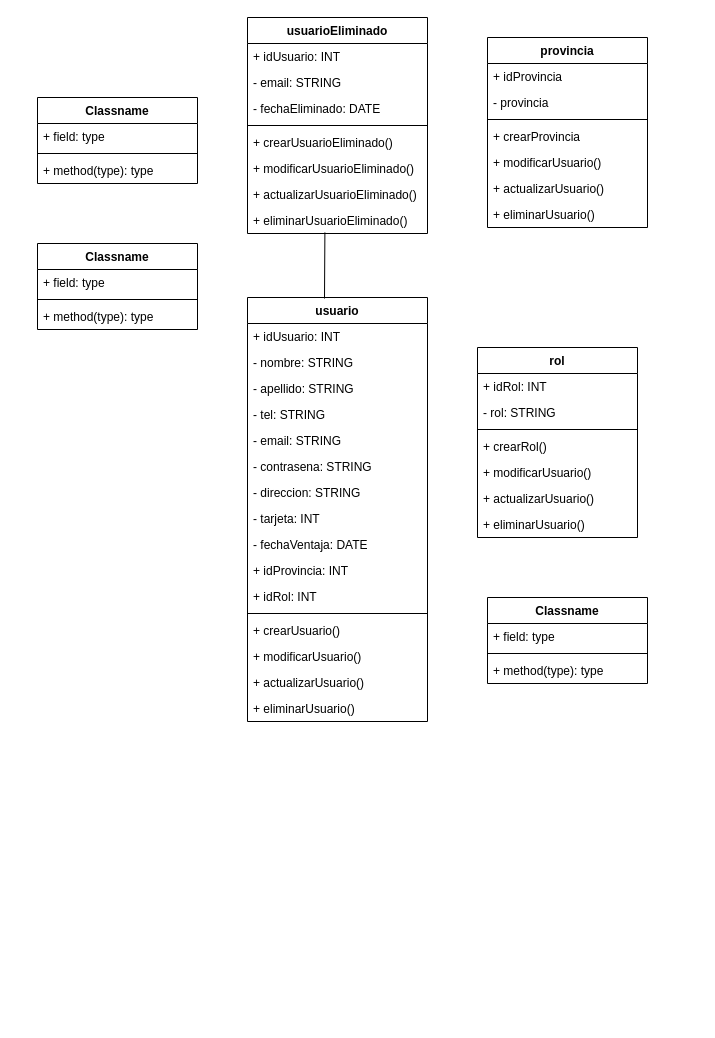
TanaStorm/Dule_Oracle keeps this draw.io diagram as drawIo/Dule_Oracle_Class_Diagram.drawio. Above is the earlier version. Source tidied: cells renumbered, new cells numbered last; positions are measured from the earlier drawing's top-left corner, leaving out a move shared by most shapes. Both pictures are drawn from the tidied source at 100%, with x=0, y=0 at pixel (37, 17).
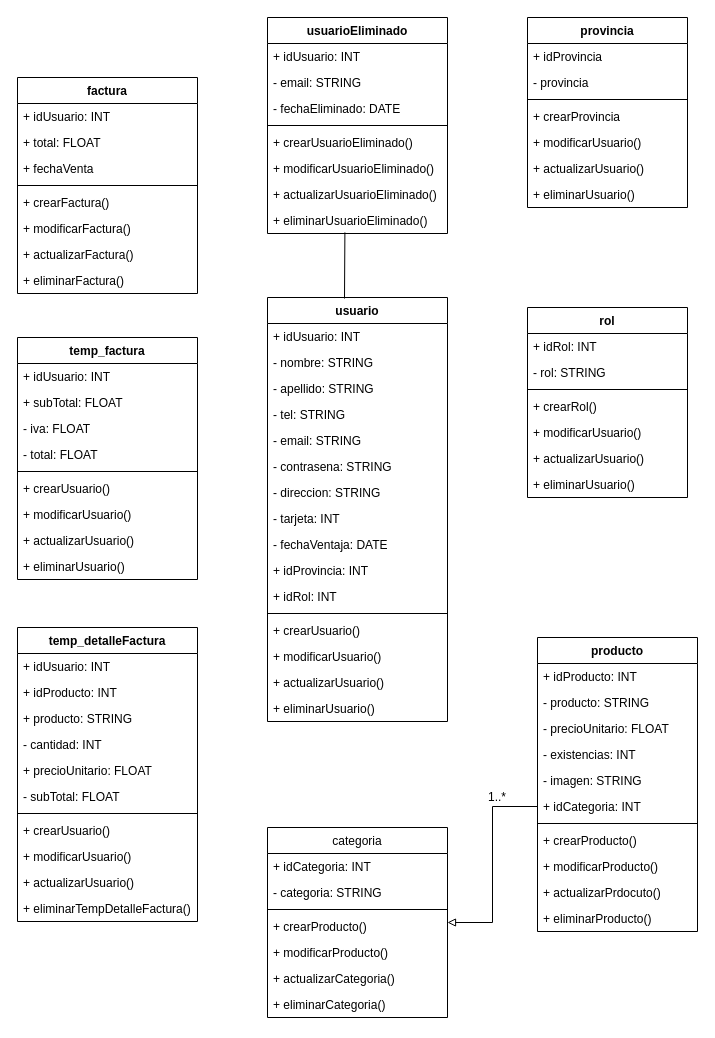
After the change.

The change refers to these unchanged cells:
```xml
<mxCell id="10" value="+ eliminarUsuarioEliminado()" style="text;strokeColor=none;fillColor=none;align=left;verticalAlign=top;spacingLeft=4;spacingRight=4;overflow=hidden;points=[[0,0.5],[1,0.5]];portConstraint=eastwest;" parent="2" vertex="1">
  <mxGeometry y="190" width="180" height="26" as="geometry" />
</mxCell>
```

The edit, as a diff of the source:
```diff
@@
     <mxCell id="2" value="usuarioEliminado" style="swimlane;fontStyle=1;align=center;verticalAlign=top;horizontal=1;startSize=26;" parent="1" vertex="1">
-      <mxGeometry x="210" width="180" height="216" as="geometry" />
+      <mxGeometry x="230" width="180" height="216" as="geometry" />
     </mxCell>
@@
     <mxCell id="11" value="usuario" style="swimlane;fontStyle=1;align=center;verticalAlign=top;horizontal=1;startSize=26;" parent="1" vertex="1">
-      <mxGeometry x="210" y="280" width="180" height="424" as="geometry" />
+      <mxGeometry x="230" y="280" width="180" height="424" as="geometry" />
     </mxCell>
@@
-    <mxCell id="28" value="Classname" style="swimlane;fontStyle=1;align=center;verticalAlign=top;horizontal=1;startSize=26;" parent="1" vertex="1">
-      <mxGeometry x="450" y="580" width="160" height="86" as="geometry" />
+    <mxCell id="28" value="producto" style="swimlane;fontStyle=1;align=center;verticalAlign=top;horizontal=1;startSize=26;" parent="1" vertex="1">
+      <mxGeometry x="500" y="620" width="160" height="294" as="geometry" />
     </mxCell>
-    <mxCell id="29" value="+ field: type" style="text;strokeColor=none;fillColor=none;align=left;verticalAlign=top;spacingLeft=4;spacingRight=4;overflow=hidden;" parent="28" vertex="1">
+    <mxCell id="29" value="+ idProducto: INT" style="text;strokeColor=none;fillColor=none;align=left;verticalAlign=top;spacingLeft=4;spacingRight=4;overflow=hidden;" parent="28" vertex="1">
       <mxGeometry y="26" width="160" height="26" as="geometry" />
     </mxCell>
+    <mxCell id="57" value="- producto: STRING" style="text;strokeColor=none;fillColor=none;align=left;verticalAlign=top;spacingLeft=4;spacingRight=4;overflow=hidden;" parent="28" vertex="1">
+      <mxGeometry y="52" width="160" height="26" as="geometry" />
+    </mxCell>
+    <mxCell id="58" value="- precioUnitario: FLOAT" style="text;strokeColor=none;fillColor=none;align=left;verticalAlign=top;spacingLeft=4;spacingRight=4;overflow=hidden;" parent="28" vertex="1">
+      <mxGeometry y="78" width="160" height="26" as="geometry" />
+    </mxCell>
+    <mxCell id="59" value="- existencias: INT" style="text;strokeColor=none;fillColor=none;align=left;verticalAlign=top;spacingLeft=4;spacingRight=4;overflow=hidden;" parent="28" vertex="1">
+      <mxGeometry y="104" width="160" height="26" as="geometry" />
+    </mxCell>
+    <mxCell id="60" value="- imagen: STRING " style="text;strokeColor=none;fillColor=none;align=left;verticalAlign=top;spacingLeft=4;spacingRight=4;overflow=hidden;" parent="28" vertex="1">
+      <mxGeometry y="130" width="160" height="26" as="geometry" />
+    </mxCell>
+    <mxCell id="61" value="+ idCategoria: INT" style="text;strokeColor=none;fillColor=none;align=left;verticalAlign=top;spacingLeft=4;spacingRight=4;overflow=hidden;points=[[0,0.5],[1,0.5]];portConstraint=eastwest;" parent="28" vertex="1">
+      <mxGeometry y="156" width="160" height="26" as="geometry" />
+    </mxCell>
     <mxCell id="30" style="line;strokeWidth=1;fillColor=none;align=left;verticalAlign=middle;spacingTop=-1;spacingLeft=3;spacingRight=3;labelPosition=right;" parent="28" vertex="1">
-      <mxGeometry y="52" width="160" height="8" as="geometry" />
+      <mxGeometry y="182" width="160" height="8" as="geometry" />
     </mxCell>
-    <mxCell id="31" value="+ method(type): type" style="text;strokeColor=none;fillColor=none;align=left;verticalAlign=top;spacingLeft=4;spacingRight=4;overflow=hidden;" parent="28" vertex="1">
-      <mxGeometry y="60" width="160" height="26" as="geometry" />
+    <mxCell id="31" value="+ crearProducto()" style="text;strokeColor=none;fillColor=none;align=left;verticalAlign=top;spacingLeft=4;spacingRight=4;overflow=hidden;" parent="28" vertex="1">
+      <mxGeometry y="190" width="160" height="26" as="geometry" />
     </mxCell>
+    <mxCell id="62" value="+ modificarProducto()" style="text;strokeColor=none;fillColor=none;align=left;verticalAlign=top;spacingLeft=4;spacingRight=4;overflow=hidden;" parent="28" vertex="1">
+      <mxGeometry y="216" width="160" height="26" as="geometry" />
+    </mxCell>
+    <mxCell id="63" value="+ actualizarPrdocuto()" style="text;strokeColor=none;fillColor=none;align=left;verticalAlign=top;spacingLeft=4;spacingRight=4;overflow=hidden;" parent="28" vertex="1">
+      <mxGeometry y="242" width="160" height="26" as="geometry" />
+    </mxCell>
+    <mxCell id="64" value="+ eliminarProducto()" style="text;strokeColor=none;fillColor=none;align=left;verticalAlign=top;spacingLeft=4;spacingRight=4;overflow=hidden;" parent="28" vertex="1">
+      <mxGeometry y="268" width="160" height="26" as="geometry" />
+    </mxCell>
-    <mxCell id="32" value="Classname" style="swimlane;fontStyle=1;align=center;verticalAlign=top;horizontal=1;startSize=26;" parent="1" vertex="1">
-      <mxGeometry y="80" width="160" height="86" as="geometry" />
+    <mxCell id="32" value="factura" style="swimlane;fontStyle=1;align=center;verticalAlign=top;horizontal=1;startSize=26;" parent="1" vertex="1">
+      <mxGeometry x="-20" y="60" width="180" height="216" as="geometry" />
     </mxCell>
-    <mxCell id="33" value="+ field: type" style="text;strokeColor=none;fillColor=none;align=left;verticalAlign=top;spacingLeft=4;spacingRight=4;overflow=hidden;" parent="32" vertex="1">
-      <mxGeometry y="26" width="160" height="26" as="geometry" />
+    <mxCell id="33" value="+ idUsuario: INT" style="text;strokeColor=none;fillColor=none;align=left;verticalAlign=top;spacingLeft=4;spacingRight=4;overflow=hidden;" parent="32" vertex="1">
+      <mxGeometry y="26" width="180" height="26" as="geometry" />
     </mxCell>
+    <mxCell id="65" value="+ total: FLOAT" style="text;strokeColor=none;fillColor=none;align=left;verticalAlign=top;spacingLeft=4;spacingRight=4;overflow=hidden;" parent="32" vertex="1">
+      <mxGeometry y="52" width="180" height="26" as="geometry" />
+    </mxCell>
+    <mxCell id="66" value="+ fechaVenta" style="text;strokeColor=none;fillColor=none;align=left;verticalAlign=top;spacingLeft=4;spacingRight=4;overflow=hidden;" parent="32" vertex="1">
+      <mxGeometry y="78" width="180" height="26" as="geometry" />
+    </mxCell>
     <mxCell id="34" style="line;strokeWidth=1;fillColor=none;align=left;verticalAlign=middle;spacingTop=-1;spacingLeft=3;spacingRight=3;labelPosition=right;" parent="32" vertex="1">
-      <mxGeometry y="52" width="160" height="8" as="geometry" />
+      <mxGeometry y="104" width="180" height="8" as="geometry" />
     </mxCell>
-    <mxCell id="35" value="+ method(type): type" style="text;strokeColor=none;fillColor=none;align=left;verticalAlign=top;spacingLeft=4;spacingRight=4;overflow=hidden;" parent="32" vertex="1">
-      <mxGeometry y="60" width="160" height="26" as="geometry" />
+    <mxCell id="35" value="+ crearFactura()" style="text;strokeColor=none;fillColor=none;align=left;verticalAlign=top;spacingLeft=4;spacingRight=4;overflow=hidden;" parent="32" vertex="1">
+      <mxGeometry y="112" width="180" height="26" as="geometry" />
     </mxCell>
+    <mxCell id="67" value="+ modificarFactura()" style="text;strokeColor=none;fillColor=none;align=left;verticalAlign=top;spacingLeft=4;spacingRight=4;overflow=hidden;" parent="32" vertex="1">
+      <mxGeometry y="138" width="180" height="26" as="geometry" />
+    </mxCell>
+    <mxCell id="68" value="+ actualizarFactura()" style="text;strokeColor=none;fillColor=none;align=left;verticalAlign=top;spacingLeft=4;spacingRight=4;overflow=hidden;" parent="32" vertex="1">
+      <mxGeometry y="164" width="180" height="26" as="geometry" />
+    </mxCell>
+    <mxCell id="69" value="+ eliminarFactura()" style="text;strokeColor=none;fillColor=none;align=left;verticalAlign=top;spacingLeft=4;spacingRight=4;overflow=hidden;" parent="32" vertex="1">
+      <mxGeometry y="190" width="180" height="26" as="geometry" />
+    </mxCell>
-    <mxCell id="36" value="Classname" style="swimlane;fontStyle=1;align=center;verticalAlign=top;horizontal=1;startSize=26;" parent="1" vertex="1">
-      <mxGeometry y="226" width="160" height="86" as="geometry" />
+    <mxCell id="36" value="temp_detalleFactura" style="swimlane;fontStyle=1;align=center;verticalAlign=top;horizontal=1;startSize=26;" parent="1" vertex="1">
+      <mxGeometry x="-20" y="610" width="180" height="294" as="geometry" />
     </mxCell>
-    <mxCell id="37" value="+ field: type" style="text;strokeColor=none;fillColor=none;align=left;verticalAlign=top;spacingLeft=4;spacingRight=4;overflow=hidden;" parent="36" vertex="1">
-      <mxGeometry y="26" width="160" height="26" as="geometry" />
+    <mxCell id="37" value="+ idUsuario: INT" style="text;strokeColor=none;fillColor=none;align=left;verticalAlign=top;spacingLeft=4;spacingRight=4;overflow=hidden;" parent="36" vertex="1">
+      <mxGeometry y="26" width="180" height="26" as="geometry" />
     </mxCell>
+    <mxCell id="70" value="+ idProducto: INT" style="text;strokeColor=none;fillColor=none;align=left;verticalAlign=top;spacingLeft=4;spacingRight=4;overflow=hidden;" parent="36" vertex="1">
+      <mxGeometry y="52" width="180" height="26" as="geometry" />
+    </mxCell>
+    <mxCell id="71" value="+ producto: STRING" style="text;strokeColor=none;fillColor=none;align=left;verticalAlign=top;spacingLeft=4;spacingRight=4;overflow=hidden;" parent="36" vertex="1">
+      <mxGeometry y="78" width="180" height="26" as="geometry" />
+    </mxCell>
+    <mxCell id="72" value="- cantidad: INT" style="text;strokeColor=none;fillColor=none;align=left;verticalAlign=top;spacingLeft=4;spacingRight=4;overflow=hidden;" parent="36" vertex="1">
+      <mxGeometry y="104" width="180" height="26" as="geometry" />
+    </mxCell>
+    <mxCell id="73" value="+ precioUnitario: FLOAT" style="text;strokeColor=none;fillColor=none;align=left;verticalAlign=top;spacingLeft=4;spacingRight=4;overflow=hidden;" parent="36" vertex="1">
+      <mxGeometry y="130" width="180" height="26" as="geometry" />
+    </mxCell>
+    <mxCell id="74" value="- subTotal: FLOAT" style="text;strokeColor=none;fillColor=none;align=left;verticalAlign=top;spacingLeft=4;spacingRight=4;overflow=hidden;" parent="36" vertex="1">
+      <mxGeometry y="156" width="180" height="26" as="geometry" />
+    </mxCell>
     <mxCell id="38" style="line;strokeWidth=1;fillColor=none;align=left;verticalAlign=middle;spacingTop=-1;spacingLeft=3;spacingRight=3;labelPosition=right;" parent="36" vertex="1">
-      <mxGeometry y="52" width="160" height="8" as="geometry" />
+      <mxGeometry y="182" width="180" height="8" as="geometry" />
     </mxCell>
-    <mxCell id="39" value="+ method(type): type" style="text;strokeColor=none;fillColor=none;align=left;verticalAlign=top;spacingLeft=4;spacingRight=4;overflow=hidden;" parent="36" vertex="1">
-      <mxGeometry y="60" width="160" height="26" as="geometry" />
+    <mxCell id="39" value="+ crearUsuario()" style="text;strokeColor=none;fillColor=none;align=left;verticalAlign=top;spacingLeft=4;spacingRight=4;overflow=hidden;" parent="36" vertex="1">
+      <mxGeometry y="190" width="180" height="26" as="geometry" />
     </mxCell>
+    <mxCell id="75" value="+ modificarUsuario()" style="text;strokeColor=none;fillColor=none;align=left;verticalAlign=top;spacingLeft=4;spacingRight=4;overflow=hidden;" parent="36" vertex="1">
+      <mxGeometry y="216" width="180" height="26" as="geometry" />
+    </mxCell>
+    <mxCell id="76" value="+ actualizarUsuario()&#10;" style="text;strokeColor=none;fillColor=none;align=left;verticalAlign=top;spacingLeft=4;spacingRight=4;overflow=hidden;" parent="36" vertex="1">
+      <mxGeometry y="242" width="180" height="26" as="geometry" />
+    </mxCell>
+    <mxCell id="77" value="+ eliminarTempDetalleFactura()" style="text;strokeColor=none;fillColor=none;align=left;verticalAlign=top;spacingLeft=4;spacingRight=4;overflow=hidden;" parent="36" vertex="1">
+      <mxGeometry y="268" width="180" height="26" as="geometry" />
+    </mxCell>
     <mxCell id="40" value="provincia" style="swimlane;fontStyle=1;align=center;verticalAlign=top;horizontal=1;startSize=26;" parent="1" vertex="1">
-      <mxGeometry x="450" y="20" width="160" height="190" as="geometry" />
+      <mxGeometry x="490" width="160" height="190" as="geometry" />
     </mxCell>
@@
     <mxCell id="48" value="rol" style="swimlane;fontStyle=1;align=center;verticalAlign=top;horizontal=1;startSize=26;" parent="1" vertex="1">
-      <mxGeometry x="440" y="330" width="160" height="190" as="geometry" />
+      <mxGeometry x="490" y="290" width="160" height="190" as="geometry" />
     </mxCell>
@@
     <mxCell id="56" style="endArrow=none;html=1;edgeStyle=orthogonalEdgeStyle;entryX=0.43;entryY=0.959;entryDx=0;entryDy=0;entryPerimeter=0;" parent="1" edge="1" target="10">
       <mxGeometry relative="1" as="geometry">
-        <mxPoint x="287" y="281" as="sourcePoint" />
+        <mxPoint x="307" y="281" as="sourcePoint" />
         <Array as="points">
-          <mxPoint x="287" y="281" />
+          <mxPoint x="307" y="281" />
         </Array>
       </mxGeometry>
     </mxCell>
+    <mxCell id="78" value="temp_factura" style="swimlane;fontStyle=1;align=center;verticalAlign=top;horizontal=1;startSize=26;" parent="1" vertex="1">
+      <mxGeometry x="-20" y="320" width="180" height="242" as="geometry" />
+    </mxCell>
+    <mxCell id="79" value="+ idUsuario: INT " style="text;strokeColor=none;fillColor=none;align=left;verticalAlign=top;spacingLeft=4;spacingRight=4;overflow=hidden;" parent="78" vertex="1">
+      <mxGeometry y="26" width="180" height="26" as="geometry" />
+    </mxCell>
+    <mxCell id="80" value="+ subTotal: FLOAT" style="text;strokeColor=none;fillColor=none;align=left;verticalAlign=top;spacingLeft=4;spacingRight=4;overflow=hidden;" parent="78" vertex="1">
+      <mxGeometry y="52" width="180" height="26" as="geometry" />
+    </mxCell>
+    <mxCell id="81" value="- iva: FLOAT" style="text;strokeColor=none;fillColor=none;align=left;verticalAlign=top;spacingLeft=4;spacingRight=4;overflow=hidden;" parent="78" vertex="1">
+      <mxGeometry y="78" width="180" height="26" as="geometry" />
+    </mxCell>
+    <mxCell id="82" value="- total: FLOAT " style="text;strokeColor=none;fillColor=none;align=left;verticalAlign=top;spacingLeft=4;spacingRight=4;overflow=hidden;" parent="78" vertex="1">
+      <mxGeometry y="104" width="180" height="26" as="geometry" />
+    </mxCell>
+    <mxCell id="83" style="line;strokeWidth=1;fillColor=none;align=left;verticalAlign=middle;spacingTop=-1;spacingLeft=3;spacingRight=3;labelPosition=right;" parent="78" vertex="1">
+      <mxGeometry y="130" width="180" height="8" as="geometry" />
+    </mxCell>
+    <mxCell id="84" value="+ crearUsuario()" style="text;strokeColor=none;fillColor=none;align=left;verticalAlign=top;spacingLeft=4;spacingRight=4;overflow=hidden;" parent="78" vertex="1">
+      <mxGeometry y="138" width="180" height="26" as="geometry" />
+    </mxCell>
+    <mxCell id="85" value="+ modificarUsuario()" style="text;strokeColor=none;fillColor=none;align=left;verticalAlign=top;spacingLeft=4;spacingRight=4;overflow=hidden;" parent="78" vertex="1">
+      <mxGeometry y="164" width="180" height="26" as="geometry" />
+    </mxCell>
+    <mxCell id="86" value="+ actualizarUsuario()" style="text;strokeColor=none;fillColor=none;align=left;verticalAlign=top;spacingLeft=4;spacingRight=4;overflow=hidden;" parent="78" vertex="1">
+      <mxGeometry y="190" width="180" height="26" as="geometry" />
+    </mxCell>
+    <mxCell id="87" value="+ eliminarUsuario()" style="text;strokeColor=none;fillColor=none;align=left;verticalAlign=top;spacingLeft=4;spacingRight=4;overflow=hidden;" parent="78" vertex="1">
+      <mxGeometry y="216" width="180" height="26" as="geometry" />
+    </mxCell>
+    <mxCell id="88" value="categoria" style="swimlane;fontStyle=0;horizontal=1;startSize=26;fillColor=none;" parent="1" vertex="1">
+      <mxGeometry x="230" y="810" width="180" height="190" as="geometry" />
+    </mxCell>
+    <mxCell id="89" value="+ idCategoria: INT" style="text;strokeColor=none;fillColor=none;align=left;verticalAlign=top;spacingLeft=4;spacingRight=4;overflow=hidden;" parent="88" vertex="1">
+      <mxGeometry y="26" width="180" height="26" as="geometry" />
+    </mxCell>
+    <mxCell id="90" value="- categoria: STRING" style="text;strokeColor=none;fillColor=none;align=left;verticalAlign=top;spacingLeft=4;spacingRight=4;overflow=hidden;" parent="88" vertex="1">
+      <mxGeometry y="52" width="180" height="26" as="geometry" />
+    </mxCell>
+    <mxCell id="91" style="line;strokeWidth=1;fillColor=none;align=left;verticalAlign=middle;spacingTop=-1;spacingLeft=3;spacingRight=3;labelPosition=right;" parent="88" vertex="1">
+      <mxGeometry y="78" width="180" height="8" as="geometry" />
+    </mxCell>
+    <mxCell id="92" value="+ crearProducto()" style="text;strokeColor=none;fillColor=none;align=left;verticalAlign=top;spacingLeft=4;spacingRight=4;overflow=hidden;" parent="88" vertex="1">
+      <mxGeometry y="86" width="180" height="26" as="geometry" />
+    </mxCell>
+    <mxCell id="93" value="+ modificarProducto()" style="text;strokeColor=none;fillColor=none;align=left;verticalAlign=top;spacingLeft=4;spacingRight=4;overflow=hidden;" parent="88" vertex="1">
+      <mxGeometry y="112" width="180" height="26" as="geometry" />
+    </mxCell>
+    <mxCell id="94" value="+ actualizarCategoria()" style="text;strokeColor=none;fillColor=none;align=left;verticalAlign=top;spacingLeft=4;spacingRight=4;overflow=hidden;" parent="88" vertex="1">
+      <mxGeometry y="138" width="180" height="26" as="geometry" />
+    </mxCell>
+    <mxCell id="95" value="+ eliminarCategoria()" style="text;strokeColor=none;fillColor=none;align=left;verticalAlign=top;spacingLeft=4;spacingRight=4;overflow=hidden;" parent="88" vertex="1">
+      <mxGeometry y="164" width="180" height="26" as="geometry" />
+    </mxCell>
+    <mxCell id="96" style="edgeStyle=orthogonalEdgeStyle;rounded=0;jettySize=auto;html=1;entryX=1;entryY=0.5;entryDx=0;entryDy=0;endArrow=block;endFill=0;" parent="1" edge="1" source="61" target="88">
+      <mxGeometry relative="1" as="geometry" />
+    </mxCell>
+    <mxCell id="97" value="1..*" style="text;html=1;strokeColor=none;fillColor=none;align=center;verticalAlign=middle;whiteSpace=wrap;rounded=0;" parent="1" vertex="1">
+      <mxGeometry x="440" y="770" width="40" height="20" as="geometry" />
+    </mxCell>
```
